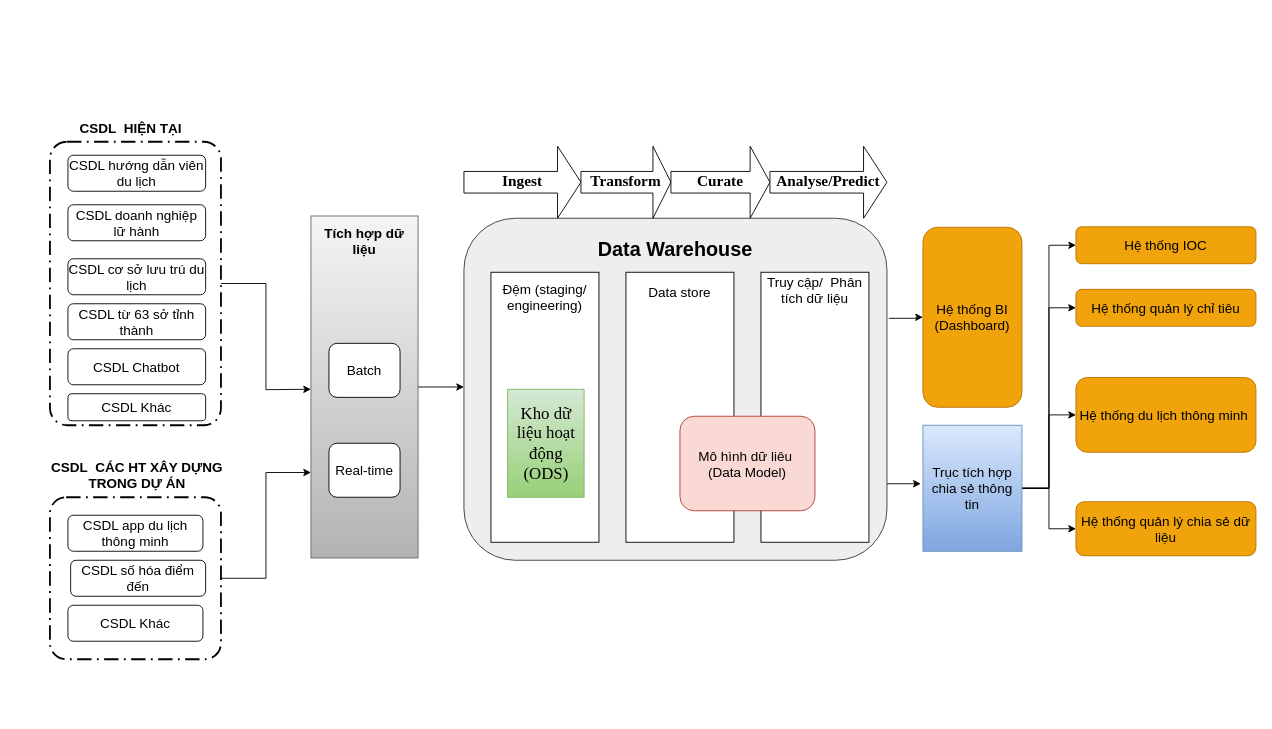
Earlier version of the draw.io diagram page "Page-3" (3 of 5) of so-do-draw/tcdl.drawio (letheanh12345/Draw-io). Source tidied: cells renumbered, new cells numbered last; positions are measured from the earlier drawing's top-left corner, leaving out a move shared by most shapes. Both pictures are drawn from the tidied source at 90%, with x=0, y=0 at pixel (33, 114).
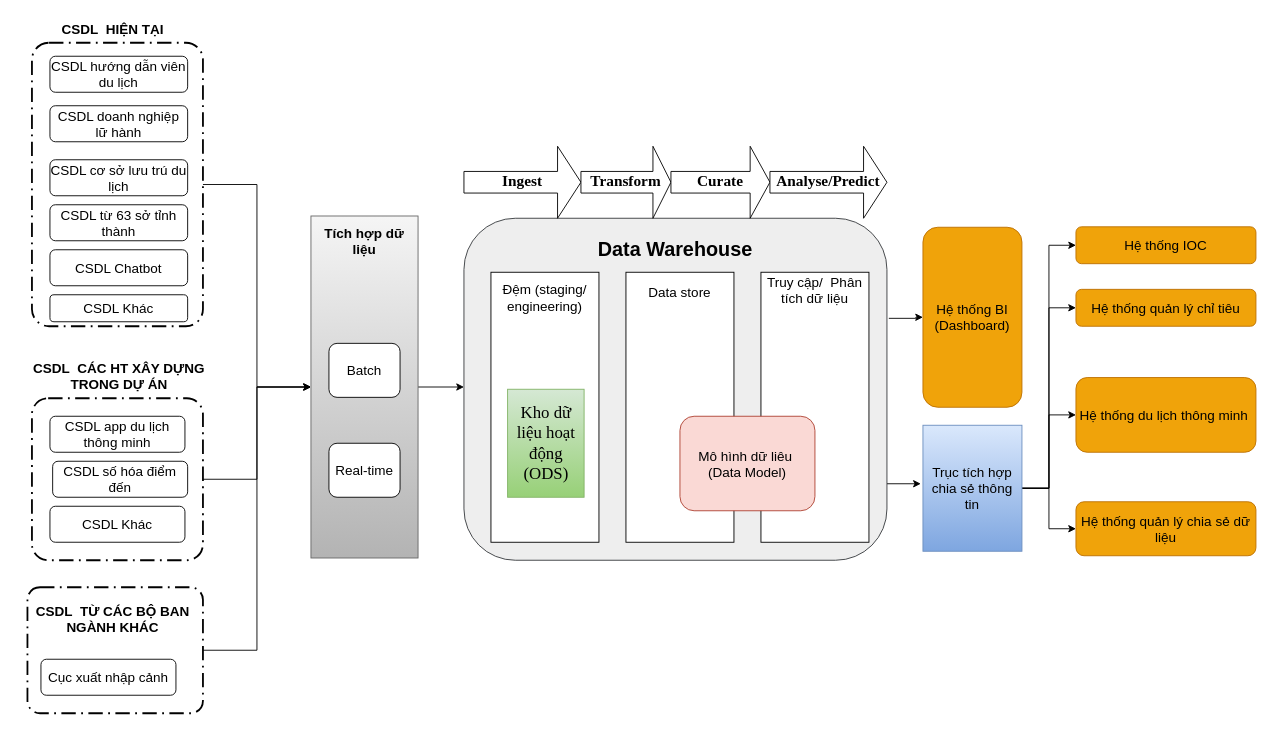
After the change.

The change refers to these unchanged cells:
```xml
<mxCell id="13" style="rounded=0;whiteSpace=wrap;html=1;fontSize=15;fillColor=#f5f5f5;gradientColor=#b3b3b3;strokeColor=#666666;" parent="1" vertex="1">
  <mxGeometry x="308" y="112.5" width="119" height="380" as="geometry" />
</mxCell>
```

What changed in the source:
```diff
@@
-    <mxCell id="2" style="edgeStyle=orthogonalEdgeStyle;rounded=0;jettySize=auto;html=1;fontSize=15;" parent="1" edge="1" source="3">
-      <mxGeometry relative="1" as="geometry">
-        <mxPoint x="308" y="305" as="targetPoint" />
-      </mxGeometry>
-    </mxCell>
+    <mxCell id="48" style="edgeStyle=orthogonalEdgeStyle;rounded=0;jettySize=auto;html=1;entryX=0;entryY=0.5;entryDx=0;entryDy=0;" parent="1" edge="1" source="3" target="13">
+      <mxGeometry relative="1" as="geometry" />
+    </mxCell>
     <mxCell id="3" style="points=[[0.25,0,0],[0.5,0,0],[0.75,0,0],[1,0.25,0],[1,0.5,0],[1,0.75,0],[0.75,1,0],[0.5,1,0],[0.25,1,0],[0,0.75,0],[0,0.5,0],[0,0.25,0]];rounded=1;arcSize=10;dashed=1;strokeColor=#000000;fillColor=none;gradientColor=none;dashPattern=8 3 1 3;strokeWidth=2;fontStyle=1;fontSize=20;" parent="1" vertex="1">
-      <mxGeometry x="18" y="30" width="190" height="315" as="geometry" />
+      <mxGeometry x="-2" y="-80" width="190" height="315" as="geometry" />
     </mxCell>
@@
     <mxCell id="25" value="&lt;font style=&quot;font-size: 15px;&quot;&gt;CSDL hướng dẫn viên du lịch&lt;/font&gt;" style="rounded=1;whiteSpace=wrap;html=1;" parent="1" vertex="1">
-      <mxGeometry x="38" y="45" width="153" height="40" as="geometry" />
+      <mxGeometry x="18" y="-65" width="153" height="40" as="geometry" />
     </mxCell>
     <mxCell id="26" value="&lt;font style=&quot;font-size: 15px;&quot;&gt;CSDL doanh nghiệp lữ hành&lt;/font&gt;" style="rounded=1;whiteSpace=wrap;html=1;" parent="1" vertex="1">
-      <mxGeometry x="38" y="100" width="153" height="40" as="geometry" />
+      <mxGeometry x="18" y="-10" width="153" height="40" as="geometry" />
     </mxCell>
     <mxCell id="27" value="&lt;font style=&quot;font-size: 15px;&quot;&gt;CSDL Khác&lt;/font&gt;" style="rounded=1;whiteSpace=wrap;html=1;" parent="1" vertex="1">
-      <mxGeometry x="38" y="310" width="153" height="30" as="geometry" />
+      <mxGeometry x="18" y="200" width="153" height="30" as="geometry" />
     </mxCell>
     <mxCell id="28" value="&lt;font style=&quot;font-size: 15px;&quot;&gt;CSDL cơ sở lưu trú du lịch&lt;/font&gt;" style="rounded=1;whiteSpace=wrap;html=1;" parent="1" vertex="1">
-      <mxGeometry x="38" y="160" width="153" height="40" as="geometry" />
+      <mxGeometry x="18" y="50" width="153" height="40" as="geometry" />
     </mxCell>
     <mxCell id="29" value="&lt;font style=&quot;font-size: 15px;&quot;&gt;CSDL Chatbot&lt;/font&gt;" style="rounded=1;whiteSpace=wrap;html=1;" parent="1" vertex="1">
-      <mxGeometry x="38" y="260" width="153" height="40" as="geometry" />
+      <mxGeometry x="18" y="150" width="153" height="40" as="geometry" />
     </mxCell>
     <mxCell id="30" value="&lt;font style=&quot;font-size: 15px;&quot;&gt;CSDL từ 63 sở tỉnh thành&lt;/font&gt;" style="rounded=1;whiteSpace=wrap;html=1;" parent="1" vertex="1">
-      <mxGeometry x="38" y="210" width="153" height="40" as="geometry" />
+      <mxGeometry x="18" y="100" width="153" height="40" as="geometry" />
     </mxCell>
-    <mxCell id="31" style="edgeStyle=orthogonalEdgeStyle;rounded=0;jettySize=auto;html=1;entryX=0;entryY=0.75;entryDx=0;entryDy=0;fontSize=15;" parent="1" edge="1" source="32" target="13">
+    <mxCell id="31" style="edgeStyle=orthogonalEdgeStyle;rounded=0;jettySize=auto;html=1;entryX=0;entryY=0.5;entryDx=0;entryDy=0;" parent="1" edge="1" source="32" target="13">
       <mxGeometry relative="1" as="geometry" />
     </mxCell>
     <mxCell id="32" style="points=[[0.25,0,0],[0.5,0,0],[0.75,0,0],[1,0.25,0],[1,0.5,0],[1,0.75,0],[0.75,1,0],[0.5,1,0],[0.25,1,0],[0,0.75,0],[0,0.5,0],[0,0.25,0]];rounded=1;arcSize=10;dashed=1;strokeColor=#000000;fillColor=none;gradientColor=none;dashPattern=8 3 1 3;strokeWidth=2;fontStyle=1;fontSize=20;" parent="1" vertex="1">
-      <mxGeometry x="18" y="425" width="190" height="180" as="geometry" />
+      <mxGeometry x="-2" y="315" width="190" height="180" as="geometry" />
     </mxCell>
     <mxCell id="33" value="&lt;b&gt;&lt;font style=&quot;font-size: 15px;&quot;&gt;CSDL&amp;nbsp; HIỆN TẠI&lt;/font&gt;&lt;/b&gt;" style="text;html=1;strokeColor=none;fillColor=none;align=center;verticalAlign=middle;whiteSpace=wrap;rounded=0;" parent="1" vertex="1">
-      <mxGeometry x="48" width="120" height="30" as="geometry" />
+      <mxGeometry x="28" y="-110" width="120" height="30" as="geometry" />
     </mxCell>
     <mxCell id="34" value="&lt;b&gt;&lt;font style=&quot;font-size: 15px;&quot;&gt;CSDL&amp;nbsp; CÁC HT XÂY DỰNG TRONG DỰ ÁN&lt;/font&gt;&lt;/b&gt;" style="text;html=1;strokeColor=none;fillColor=none;align=center;verticalAlign=middle;whiteSpace=wrap;rounded=0;" parent="1" vertex="1">
-      <mxGeometry x="-0.5" y="385" width="230" height="30" as="geometry" />
+      <mxGeometry x="-20.5" y="275" width="230" height="30" as="geometry" />
     </mxCell>
     <mxCell id="35" value="CSDL app du lịch thông minh" style="rounded=1;whiteSpace=wrap;html=1;fontSize=15;" parent="1" vertex="1">
-      <mxGeometry x="38" y="445" width="150" height="40" as="geometry" />
+      <mxGeometry x="18" y="335" width="150" height="40" as="geometry" />
     </mxCell>
     <mxCell id="36" value="CSDL số hóa điểm đến" style="rounded=1;whiteSpace=wrap;html=1;fontSize=15;" parent="1" vertex="1">
-      <mxGeometry x="41" y="495" width="150" height="40" as="geometry" />
+      <mxGeometry x="21" y="385" width="150" height="40" as="geometry" />
     </mxCell>
     <mxCell id="37" value="CSDL Khác" style="rounded=1;whiteSpace=wrap;html=1;fontSize=15;" parent="1" vertex="1">
-      <mxGeometry x="38" y="545" width="150" height="40" as="geometry" />
+      <mxGeometry x="18" y="435" width="150" height="40" as="geometry" />
     </mxCell>
@@
+    <mxCell id="49" style="edgeStyle=orthogonalEdgeStyle;rounded=0;jettySize=auto;html=1;entryX=0;entryY=0.5;entryDx=0;entryDy=0;" parent="1" edge="1" source="50" target="13">
+      <mxGeometry relative="1" as="geometry" />
+    </mxCell>
+    <mxCell id="50" style="points=[[0.25,0,0],[0.5,0,0],[0.75,0,0],[1,0.25,0],[1,0.5,0],[1,0.75,0],[0.75,1,0],[0.5,1,0],[0.25,1,0],[0,0.75,0],[0,0.5,0],[0,0.25,0]];rounded=1;arcSize=10;dashed=1;strokeColor=#000000;fillColor=none;gradientColor=none;dashPattern=8 3 1 3;strokeWidth=2;fontStyle=1;fontSize=20;" parent="1" vertex="1">
+      <mxGeometry x="-7" y="525" width="195" height="140" as="geometry" />
+    </mxCell>
+    <mxCell id="51" value="&lt;b&gt;&lt;font style=&quot;font-size: 15px;&quot;&gt;CSDL&amp;nbsp; TỪ CÁC BỘ BAN NGÀNH KHÁC&lt;/font&gt;&lt;/b&gt;" style="text;html=1;strokeColor=none;fillColor=none;align=center;verticalAlign=middle;whiteSpace=wrap;rounded=0;" parent="1" vertex="1">
+      <mxGeometry x="-2" y="545" width="180" height="30" as="geometry" />
+    </mxCell>
+    <mxCell id="52" value="Cục xuất nhập cảnh" style="rounded=1;whiteSpace=wrap;html=1;fontSize=15;" parent="1" vertex="1">
+      <mxGeometry x="8" y="605" width="150" height="40" as="geometry" />
+    </mxCell>
```
